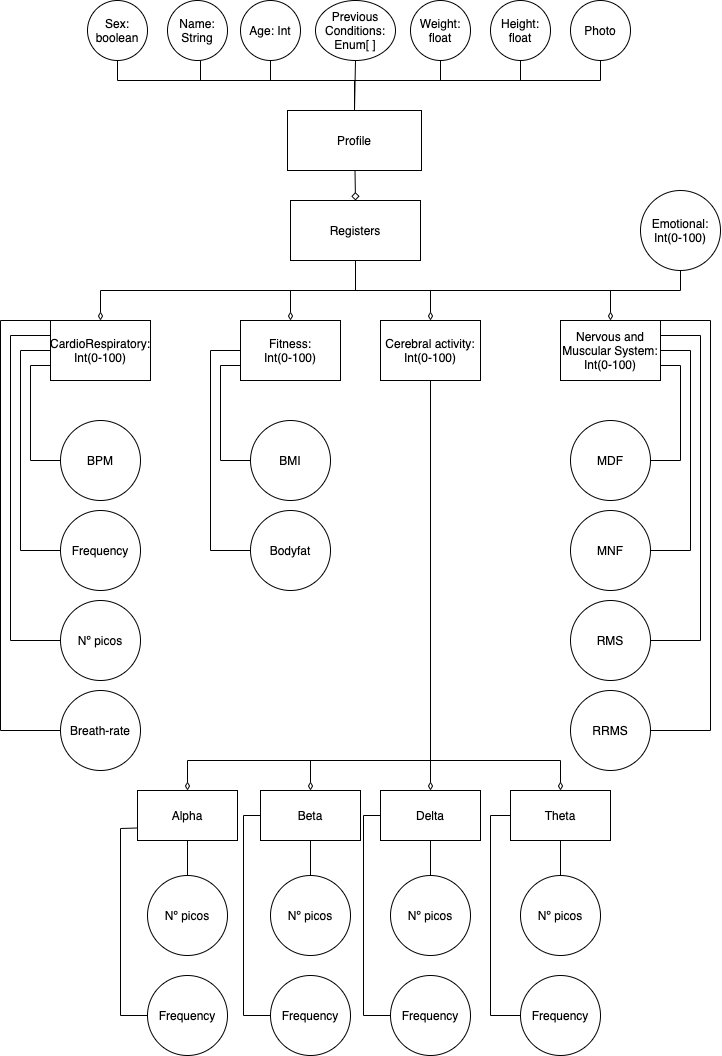
Before: files/domain/domain.png, a diagram exported from draw.io (miquelroq/CHECKapp). Source tidied: cells renumbered, new cells last; positions are measured from the earlier drawing's top-left corner, leaving out a move shared by most shapes.
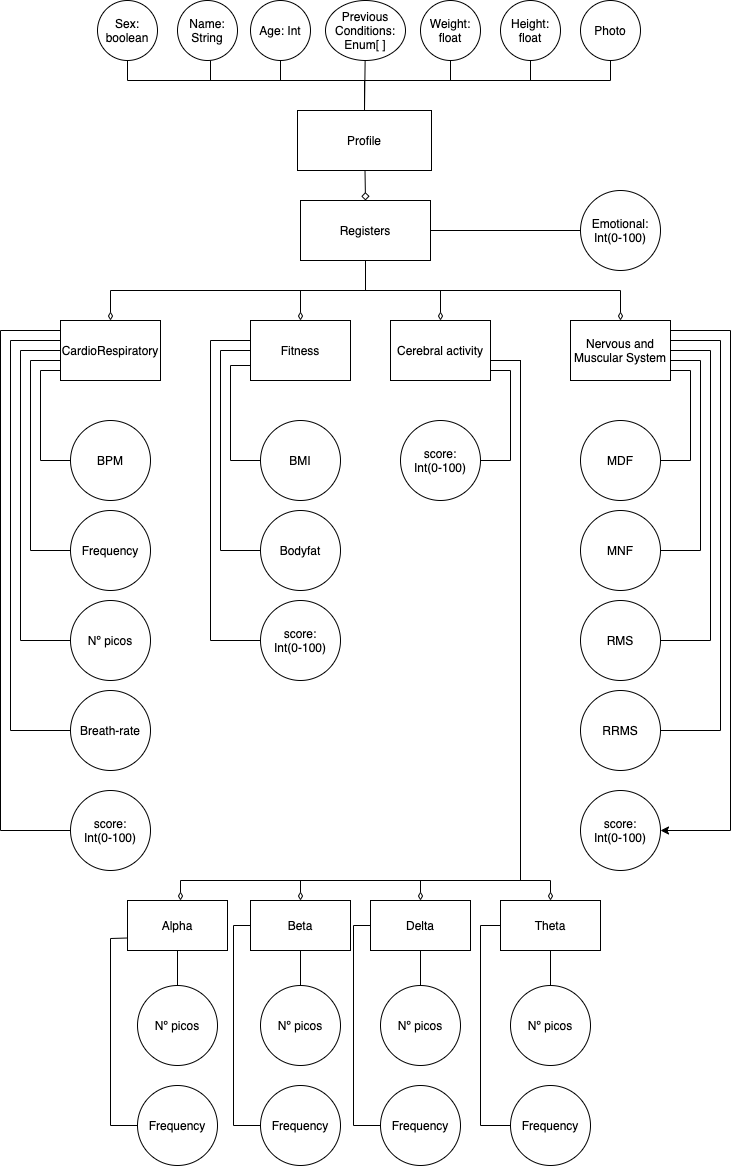
The same file after the commit.

Diff of the diagram source:
```diff
@@ -92,14 +92,8 @@
     </mxCell>
-    <mxCell id="18" style="edgeStyle=orthogonalEdgeStyle;rounded=0;jettySize=auto;html=1;entryX=0.5;entryY=1;entryDx=0;entryDy=0;endArrow=none;endFill=0;exitX=0.5;exitY=1;exitDx=0;exitDy=0;" parent="1" edge="1" source="22" target="46">
-      <mxGeometry relative="1" as="geometry">
-        <Array as="points">
-          <mxPoint x="355" y="290" />
-          <mxPoint x="680" y="290" />
-        </Array>
-      </mxGeometry>
+    <mxCell id="18" style="edgeStyle=none;rounded=0;jettySize=auto;html=1;entryX=0;entryY=0.5;entryDx=0;entryDy=0;endArrow=none;endFill=0;exitX=1;exitY=0.5;exitDx=0;exitDy=0;exitPerimeter=0;" parent="1" edge="1" source="22" target="46">
+      <mxGeometry relative="1" as="geometry" />
     </mxCell>
-    <mxCell id="19" style="edgeStyle=orthogonalEdgeStyle;rounded=0;jettySize=auto;html=1;entryX=0.5;entryY=0;entryDx=0;entryDy=0;endArrow=diamondThin;endFill=0;exitX=1;exitY=1;exitDx=0;exitDy=0;" parent="1" edge="1" source="22" target="32">
+    <mxCell id="19" style="edgeStyle=orthogonalEdgeStyle;rounded=0;jettySize=auto;html=1;entryX=0.5;entryY=0;entryDx=0;entryDy=0;endArrow=diamondThin;endFill=0;exitX=0.5;exitY=1;exitDx=0;exitDy=0;" parent="1" edge="1" source="22" target="32">
       <mxGeometry relative="1" as="geometry">
         <Array as="points">
-          <mxPoint x="355" y="260" />
           <mxPoint x="355" y="290" />
@@ -110,17 +104,6 @@
     <mxCell id="20" style="edgeStyle=orthogonalEdgeStyle;rounded=0;jettySize=auto;html=1;entryX=0.5;entryY=0;entryDx=0;entryDy=0;endArrow=diamondThin;endFill=0;exitX=0.5;exitY=1;exitDx=0;exitDy=0;" parent="1" edge="1" source="22" target="37">
-      <mxGeometry relative="1" as="geometry">
-        <Array as="points">
-          <mxPoint x="355" y="290" />
-          <mxPoint x="610" y="290" />
-        </Array>
-      </mxGeometry>
+      <mxGeometry relative="1" as="geometry" />
     </mxCell>
-    <mxCell id="21" style="edgeStyle=orthogonalEdgeStyle;rounded=0;jettySize=auto;html=1;entryX=0.5;entryY=0;entryDx=0;entryDy=0;endArrow=diamondThin;endFill=0;exitX=0.25;exitY=1;exitDx=0;exitDy=0;" parent="1" edge="1" source="22" target="40">
-      <mxGeometry relative="1" as="geometry">
-        <Array as="points">
-          <mxPoint x="355" y="260" />
-          <mxPoint x="355" y="290" />
-          <mxPoint x="290" y="290" />
-        </Array>
-      </mxGeometry>
+    <mxCell id="21" style="edgeStyle=orthogonalEdgeStyle;rounded=0;jettySize=auto;html=1;entryX=0.5;entryY=0;entryDx=0;entryDy=0;endArrow=diamondThin;endFill=0;exitX=0.5;exitY=1;exitDx=0;exitDy=0;" parent="1" edge="1" source="22" target="40">
+      <mxGeometry relative="1" as="geometry" />
     </mxCell>
@@ -129,6 +112,7 @@
     </mxCell>
-    <mxCell id="23" style="edgeStyle=none;rounded=0;jettySize=auto;html=1;entryX=0;entryY=0.5;entryDx=0;entryDy=0;endArrow=none;endFill=0;exitX=0;exitY=0;exitDx=0;exitDy=0;" parent="1" edge="1" source="27" target="47">
+    <mxCell id="23" style="edgeStyle=orthogonalEdgeStyle;rounded=0;jettySize=auto;html=1;entryX=0;entryY=0.5;entryDx=0;entryDy=0;endArrow=none;endFill=0;exitX=0;exitY=0;exitDx=0;exitDy=0;" parent="1" edge="1" source="27" target="47">
       <mxGeometry relative="1" as="geometry">
         <Array as="points">
-          <mxPoint y="320" />
+          <mxPoint x="50" y="340" />
+          <mxPoint y="340" />
           <mxPoint y="730" />
@@ -137,6 +121,7 @@
     </mxCell>
-    <mxCell id="24" style="edgeStyle=none;rounded=0;jettySize=auto;html=1;entryX=0;entryY=0.5;entryDx=0;entryDy=0;endArrow=none;endFill=0;exitX=0;exitY=0.25;exitDx=0;exitDy=0;" parent="1" edge="1" source="27" target="45">
+    <mxCell id="24" style="edgeStyle=orthogonalEdgeStyle;rounded=0;jettySize=auto;html=1;entryX=0;entryY=0.5;entryDx=0;entryDy=0;endArrow=none;endFill=0;exitX=0;exitY=0.25;exitDx=0;exitDy=0;" parent="1" edge="1" source="27" target="45">
       <mxGeometry relative="1" as="geometry">
         <Array as="points">
-          <mxPoint x="10" y="335" />
+          <mxPoint x="50" y="350" />
+          <mxPoint x="10" y="350" />
           <mxPoint x="10" y="640" />
@@ -145,6 +130,7 @@
     </mxCell>
-    <mxCell id="25" style="edgeStyle=none;rounded=0;jettySize=auto;html=1;endArrow=none;endFill=0;exitX=0;exitY=0.5;exitDx=0;exitDy=0;entryX=0;entryY=0.5;entryDx=0;entryDy=0;" parent="1" edge="1" source="27" target="44">
+    <mxCell id="25" style="edgeStyle=orthogonalEdgeStyle;rounded=0;jettySize=auto;html=1;endArrow=none;endFill=0;exitX=0;exitY=0.5;exitDx=0;exitDy=0;entryX=0;entryY=0.5;entryDx=0;entryDy=0;" parent="1" edge="1" source="27" target="44">
       <mxGeometry relative="1" as="geometry">
         <Array as="points">
-          <mxPoint x="20" y="350" />
+          <mxPoint x="50" y="360" />
+          <mxPoint x="20" y="360" />
           <mxPoint x="20" y="550" />
@@ -153,6 +139,7 @@
     </mxCell>
-    <mxCell id="26" style="edgeStyle=none;rounded=0;jettySize=auto;html=1;entryX=0;entryY=0.5;entryDx=0;entryDy=0;endArrow=none;endFill=0;exitX=0;exitY=0.75;exitDx=0;exitDy=0;" parent="1" edge="1" source="27" target="43">
+    <mxCell id="26" style="edgeStyle=orthogonalEdgeStyle;rounded=0;jettySize=auto;html=1;entryX=0;entryY=0.5;entryDx=0;entryDy=0;endArrow=none;endFill=0;exitX=0;exitY=0.75;exitDx=0;exitDy=0;" parent="1" edge="1" source="27" target="43">
       <mxGeometry relative="1" as="geometry">
         <Array as="points">
-          <mxPoint x="30" y="365" />
+          <mxPoint x="50" y="370" />
+          <mxPoint x="30" y="370" />
           <mxPoint x="30" y="460" />
@@ -161,3 +148,11 @@
     </mxCell>
+    <mxCell id="76" style="edgeStyle=orthogonalEdgeStyle;rounded=0;jettySize=auto;html=1;entryX=0;entryY=0.5;entryDx=0;entryDy=0;endArrow=none;endFill=0;" parent="1" edge="1" source="27" target="80">
+      <mxGeometry relative="1" as="geometry">
+        <Array as="points">
+          <mxPoint x="-10" y="330" />
+          <mxPoint x="-10" y="830" />
+        </Array>
+      </mxGeometry>
+    </mxCell>
-    <mxCell id="27" value="CardioRespiratory:&lt;br&gt;Int(0-100)" style="rounded=0;whiteSpace=wrap;html=1;" parent="1" vertex="1">
+    <mxCell id="27" value="CardioRespiratory" style="rounded=0;whiteSpace=wrap;html=1;" parent="1" vertex="1">
       <mxGeometry x="50" y="320" width="100" height="60" as="geometry" />
@@ -167,4 +162,5 @@
         <Array as="points">
-          <mxPoint x="430" y="760" />
-          <mxPoint x="310" y="760" />
+          <mxPoint x="510" y="360" />
+          <mxPoint x="510" y="880" />
+          <mxPoint x="290" y="880" />
         </Array>
@@ -172,10 +168,19 @@
     </mxCell>
-    <mxCell id="29" style="edgeStyle=orthogonalEdgeStyle;rounded=0;jettySize=auto;html=1;entryX=0.5;entryY=0;entryDx=0;entryDy=0;endArrow=diamondThin;endFill=0;exitX=0.5;exitY=1;exitDx=0;exitDy=0;" parent="1" edge="1" source="32" target="58">
-      <mxGeometry relative="1" as="geometry" />
+    <mxCell id="29" style="edgeStyle=orthogonalEdgeStyle;rounded=0;jettySize=auto;html=1;entryX=0.5;entryY=0;entryDx=0;entryDy=0;endArrow=diamondThin;endFill=0;exitX=1;exitY=0.75;exitDx=0;exitDy=0;" parent="1" edge="1" source="32" target="58">
+      <mxGeometry relative="1" as="geometry">
+        <Array as="points">
+          <mxPoint x="480" y="360" />
+          <mxPoint x="510" y="360" />
+          <mxPoint x="510" y="880" />
+          <mxPoint x="410" y="880" />
+        </Array>
+      </mxGeometry>
     </mxCell>
-    <mxCell id="30" style="edgeStyle=orthogonalEdgeStyle;rounded=0;jettySize=auto;html=1;entryX=0.5;entryY=0;entryDx=0;entryDy=0;endArrow=diamondThin;endFill=0;exitX=0.5;exitY=1;exitDx=0;exitDy=0;startArrow=none;startFill=0;" parent="1" edge="1" source="32" target="57">
+    <mxCell id="30" style="edgeStyle=orthogonalEdgeStyle;rounded=0;jettySize=auto;html=1;entryX=0.5;entryY=0;entryDx=0;entryDy=0;endArrow=diamondThin;endFill=0;exitX=1;exitY=0.75;exitDx=0;exitDy=0;startArrow=none;startFill=0;" parent="1" edge="1" source="32" target="57">
       <mxGeometry relative="1" as="geometry">
         <Array as="points">
-          <mxPoint x="430" y="760" />
-          <mxPoint x="560" y="760" />
+          <mxPoint x="480" y="360" />
+          <mxPoint x="510" y="360" />
+          <mxPoint x="510" y="880" />
+          <mxPoint x="540" y="880" />
         </Array>
@@ -186,4 +191,5 @@
         <Array as="points">
-          <mxPoint x="430" y="760" />
-          <mxPoint x="187" y="760" />
+          <mxPoint x="510" y="360" />
+          <mxPoint x="510" y="880" />
+          <mxPoint x="170" y="880" />
         </Array>
@@ -191,9 +197,18 @@
     </mxCell>
+    <mxCell id="77" style="edgeStyle=orthogonalEdgeStyle;rounded=0;jettySize=auto;html=1;entryX=1;entryY=0.5;entryDx=0;entryDy=0;endArrow=none;endFill=0;" parent="1" edge="1" source="32" target="82">
+      <mxGeometry relative="1" as="geometry">
+        <Array as="points">
+          <mxPoint x="500" y="370" />
+          <mxPoint x="500" y="460" />
+        </Array>
+      </mxGeometry>
+    </mxCell>
-    <mxCell id="32" value="Cerebral activity:&lt;br&gt;Int(0-100)" style="rounded=0;whiteSpace=wrap;html=1;" parent="1" vertex="1">
+    <mxCell id="32" value="Cerebral activity" style="rounded=0;whiteSpace=wrap;html=1;" parent="1" vertex="1">
       <mxGeometry x="380" y="320" width="100" height="60" as="geometry" />
     </mxCell>
-    <mxCell id="33" style="edgeStyle=none;rounded=0;jettySize=auto;html=1;entryX=1;entryY=0.5;entryDx=0;entryDy=0;startArrow=none;startFill=0;endArrow=none;endFill=0;strokeWidth=1;exitX=1;exitY=0.75;exitDx=0;exitDy=0;" parent="1" edge="1" source="37" target="71">
+    <mxCell id="33" style="edgeStyle=orthogonalEdgeStyle;rounded=0;jettySize=auto;html=1;entryX=1;entryY=0.5;entryDx=0;entryDy=0;startArrow=none;startFill=0;endArrow=none;endFill=0;strokeWidth=1;exitX=1;exitY=0.75;exitDx=0;exitDy=0;" parent="1" edge="1" source="37" target="71">
       <mxGeometry relative="1" as="geometry">
         <Array as="points">
-          <mxPoint x="680" y="365" />
+          <mxPoint x="660" y="370" />
+          <mxPoint x="680" y="370" />
           <mxPoint x="680" y="460" />
@@ -202,6 +217,6 @@
     </mxCell>
-    <mxCell id="34" style="edgeStyle=none;rounded=0;jettySize=auto;html=1;entryX=0;entryY=0.5;entryDx=0;entryDy=0;startArrow=none;startFill=0;endArrow=none;endFill=0;strokeWidth=1;" parent="1" edge="1" source="37" target="72">
+    <mxCell id="34" style="edgeStyle=orthogonalEdgeStyle;rounded=0;jettySize=auto;html=1;entryX=1;entryY=0.5;entryDx=0;entryDy=0;startArrow=none;startFill=0;endArrow=none;endFill=0;strokeWidth=1;" parent="1" edge="1" source="37" target="72">
       <mxGeometry relative="1" as="geometry">
         <Array as="points">
-          <mxPoint x="690" y="350" />
+          <mxPoint x="690" y="360" />
           <mxPoint x="690" y="550" />
@@ -210,6 +225,7 @@
     </mxCell>
-    <mxCell id="35" style="edgeStyle=none;rounded=0;jettySize=auto;html=1;entryX=1;entryY=0.5;entryDx=0;entryDy=0;startArrow=none;startFill=0;endArrow=none;endFill=0;strokeWidth=1;exitX=1;exitY=0.25;exitDx=0;exitDy=0;" parent="1" edge="1" source="37" target="73">
+    <mxCell id="35" style="edgeStyle=orthogonalEdgeStyle;rounded=0;jettySize=auto;html=1;entryX=1;entryY=0.5;entryDx=0;entryDy=0;startArrow=none;startFill=0;endArrow=none;endFill=0;strokeWidth=1;exitX=1;exitY=0.25;exitDx=0;exitDy=0;" parent="1" edge="1" source="37" target="73">
       <mxGeometry relative="1" as="geometry">
         <Array as="points">
-          <mxPoint x="700" y="335" />
+          <mxPoint x="660" y="350" />
+          <mxPoint x="700" y="350" />
           <mxPoint x="700" y="640" />
@@ -218,6 +234,7 @@
     </mxCell>
-    <mxCell id="36" style="edgeStyle=none;rounded=0;jettySize=auto;html=1;exitX=1;exitY=0;exitDx=0;exitDy=0;entryX=1;entryY=0.5;entryDx=0;entryDy=0;startArrow=none;startFill=0;endArrow=none;endFill=0;strokeWidth=1;" parent="1" edge="1" source="37" target="74">
+    <mxCell id="36" style="edgeStyle=orthogonalEdgeStyle;rounded=0;jettySize=auto;html=1;exitX=1;exitY=0;exitDx=0;exitDy=0;entryX=1;entryY=0.5;entryDx=0;entryDy=0;startArrow=none;startFill=0;endArrow=none;endFill=0;strokeWidth=1;" parent="1" edge="1" source="37" target="74">
       <mxGeometry relative="1" as="geometry">
         <Array as="points">
-          <mxPoint x="710" y="320" />
+          <mxPoint x="660" y="340" />
+          <mxPoint x="710" y="340" />
           <mxPoint x="710" y="730" />
@@ -226,3 +243,11 @@
     </mxCell>
+    <mxCell id="78" style="edgeStyle=orthogonalEdgeStyle;rounded=0;jettySize=auto;html=1;entryX=1;entryY=0.5;entryDx=0;entryDy=0;" parent="1" edge="1" source="37" target="83">
+      <mxGeometry relative="1" as="geometry">
+        <Array as="points">
+          <mxPoint x="720" y="330" />
+          <mxPoint x="720" y="830" />
+        </Array>
+      </mxGeometry>
+    </mxCell>
-    <mxCell id="37" value="Nervous and Muscular System:&lt;br&gt;Int(0-100)" style="rounded=0;whiteSpace=wrap;html=1;" parent="1" vertex="1">
+    <mxCell id="37" value="Nervous and Muscular System" style="rounded=0;whiteSpace=wrap;html=1;" parent="1" vertex="1">
       <mxGeometry x="560" y="320" width="100" height="60" as="geometry" />
@@ -245,3 +270,11 @@
     </mxCell>
+    <mxCell id="79" style="edgeStyle=orthogonalEdgeStyle;rounded=0;jettySize=auto;html=1;entryX=0;entryY=0.5;entryDx=0;entryDy=0;endArrow=none;endFill=0;" parent="1" edge="1" source="40" target="81">
+      <mxGeometry relative="1" as="geometry">
+        <Array as="points">
+          <mxPoint x="200" y="340" />
+          <mxPoint x="200" y="640" />
+        </Array>
+      </mxGeometry>
+    </mxCell>
-    <mxCell id="40" value="Fitness:&lt;br&gt;Int(0-100)" style="rounded=0;whiteSpace=wrap;html=1;" parent="1" vertex="1">
+    <mxCell id="40" value="Fitness" style="rounded=0;whiteSpace=wrap;html=1;" parent="1" vertex="1">
       <mxGeometry x="240" y="320" width="100" height="60" as="geometry" />
@@ -267,3 +300,3 @@
     <mxCell id="46" value="Emotional: Int(0-100)" style="ellipse;whiteSpace=wrap;html=1;" parent="1" vertex="1">
-      <mxGeometry x="640" y="190" width="80" height="80" as="geometry" />
+      <mxGeometry x="570" y="190" width="80" height="80" as="geometry" />
     </mxCell>
@@ -282,3 +315,3 @@
     <mxCell id="51" value="Frequency" style="ellipse;whiteSpace=wrap;html=1;" parent="1" vertex="1">
-      <mxGeometry x="147" y="975" width="80" height="80" as="geometry" />
+      <mxGeometry x="127" y="1085" width="80" height="80" as="geometry" />
     </mxCell>
@@ -287,4 +320,4 @@
         <Array as="points">
-          <mxPoint x="120" y="828" />
-          <mxPoint x="120" y="1015" />
+          <mxPoint x="100" y="938" />
+          <mxPoint x="100" y="1125" />
         </Array>
@@ -296,3 +329,3 @@
     <mxCell id="54" value="Alpha" style="rounded=0;whiteSpace=wrap;html=1;" parent="1" vertex="1">
-      <mxGeometry x="137" y="790" width="100" height="50" as="geometry" />
+      <mxGeometry x="117" y="900" width="100" height="50" as="geometry" />
     </mxCell>
@@ -302,18 +335,18 @@
     <mxCell id="56" value="Beta" style="rounded=0;whiteSpace=wrap;html=1;" parent="1" vertex="1">
-      <mxGeometry x="260" y="790" width="100" height="50" as="geometry" />
+      <mxGeometry x="240" y="900" width="100" height="50" as="geometry" />
     </mxCell>
     <mxCell id="57" value="Theta" style="rounded=0;whiteSpace=wrap;html=1;" parent="1" vertex="1">
-      <mxGeometry x="510" y="790" width="100" height="50" as="geometry" />
+      <mxGeometry x="490" y="900" width="100" height="50" as="geometry" />
     </mxCell>
     <mxCell id="58" value="Delta" style="rounded=0;whiteSpace=wrap;html=1;" parent="1" vertex="1">
-      <mxGeometry x="380" y="790" width="100" height="50" as="geometry" />
+      <mxGeometry x="360" y="900" width="100" height="50" as="geometry" />
     </mxCell>
     <mxCell id="59" value="Nº picos" style="ellipse;whiteSpace=wrap;html=1;" parent="1" vertex="1">
-      <mxGeometry x="147" y="875" width="80" height="80" as="geometry" />
+      <mxGeometry x="127" y="985" width="80" height="80" as="geometry" />
     </mxCell>
     <mxCell id="60" value="Frequency" style="ellipse;whiteSpace=wrap;html=1;" parent="1" vertex="1">
-      <mxGeometry x="270" y="975" width="80" height="80" as="geometry" />
+      <mxGeometry x="250" y="1085" width="80" height="80" as="geometry" />
     </mxCell>
     <mxCell id="61" value="Nº picos" style="ellipse;whiteSpace=wrap;html=1;" parent="1" vertex="1">
-      <mxGeometry x="270" y="875" width="80" height="80" as="geometry" />
+      <mxGeometry x="250" y="985" width="80" height="80" as="geometry" />
     </mxCell>
@@ -322,4 +355,4 @@
         <Array as="points">
-          <mxPoint x="243" y="815" />
-          <mxPoint x="243" y="1015" />
+          <mxPoint x="223" y="925" />
+          <mxPoint x="223" y="1125" />
         </Array>
@@ -331,6 +364,6 @@
     <mxCell id="64" value="Frequency" style="ellipse;whiteSpace=wrap;html=1;" parent="1" vertex="1">
-      <mxGeometry x="390" y="975" width="80" height="80" as="geometry" />
+      <mxGeometry x="370" y="1085" width="80" height="80" as="geometry" />
     </mxCell>
     <mxCell id="65" value="Nº picos" style="ellipse;whiteSpace=wrap;html=1;" parent="1" vertex="1">
-      <mxGeometry x="390" y="875" width="80" height="80" as="geometry" />
+      <mxGeometry x="370" y="985" width="80" height="80" as="geometry" />
     </mxCell>
@@ -339,4 +372,4 @@
         <Array as="points">
-          <mxPoint x="363" y="815" />
-          <mxPoint x="363" y="1015" />
+          <mxPoint x="343" y="925" />
+          <mxPoint x="343" y="1125" />
         </Array>
@@ -348,6 +381,6 @@
     <mxCell id="68" value="Frequency" style="ellipse;whiteSpace=wrap;html=1;" parent="1" vertex="1">
-      <mxGeometry x="520" y="975" width="80" height="80" as="geometry" />
+      <mxGeometry x="500" y="1085" width="80" height="80" as="geometry" />
     </mxCell>
     <mxCell id="69" value="Nº picos" style="ellipse;whiteSpace=wrap;html=1;" parent="1" vertex="1">
-      <mxGeometry x="520" y="875" width="80" height="80" as="geometry" />
+      <mxGeometry x="500" y="985" width="80" height="80" as="geometry" />
     </mxCell>
@@ -356,4 +389,4 @@
         <Array as="points">
-          <mxPoint x="490" y="815" />
-          <mxPoint x="490" y="1015" />
+          <mxPoint x="470" y="925" />
+          <mxPoint x="470" y="1125" />
         </Array>
@@ -376,2 +409,14 @@
     </mxCell>
+    <mxCell id="80" value="score:&lt;br&gt;Int(0-100)" style="ellipse;whiteSpace=wrap;html=1;" parent="1" vertex="1">
+      <mxGeometry x="60" y="790" width="80" height="80" as="geometry" />
+    </mxCell>
+    <mxCell id="81" value="score:&lt;br&gt;Int(0-100)" style="ellipse;whiteSpace=wrap;html=1;" parent="1" vertex="1">
+      <mxGeometry x="250" y="600" width="80" height="80" as="geometry" />
+    </mxCell>
+    <mxCell id="82" value="score:&lt;br&gt;Int(0-100)" style="ellipse;whiteSpace=wrap;html=1;" parent="1" vertex="1">
+      <mxGeometry x="390" y="420" width="80" height="80" as="geometry" />
+    </mxCell>
+    <mxCell id="83" value="score:&lt;br&gt;Int(0-100)" style="ellipse;whiteSpace=wrap;html=1;" parent="1" vertex="1">
+      <mxGeometry x="570" y="790" width="80" height="80" as="geometry" />
+    </mxCell>
   </root>
```
